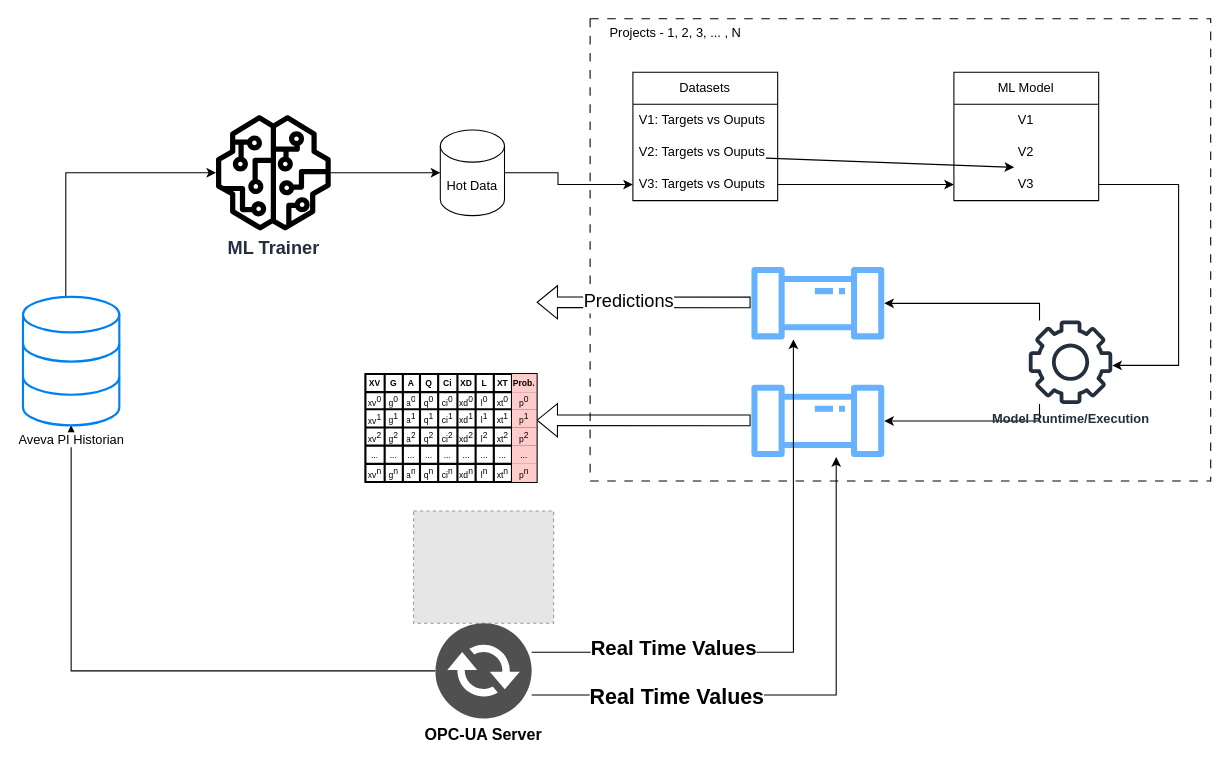
sauerBT/PersonalRepo keeps this draw.io diagram as page "Data Capture/Datasets_02" (3 of 4) of Untitled Diagram.drawio. Above is the earlier version. Source tidied: cells renumbered, new cells numbered last; positions are measured from the earlier drawing's top-left corner, leaving out a move shared by most shapes. Both pictures are drawn from the tidied source at 107%, with x=0, y=0 at pixel (22, 18). Pictures stored in the file or linked from it are replaced by grey dashed boxes.
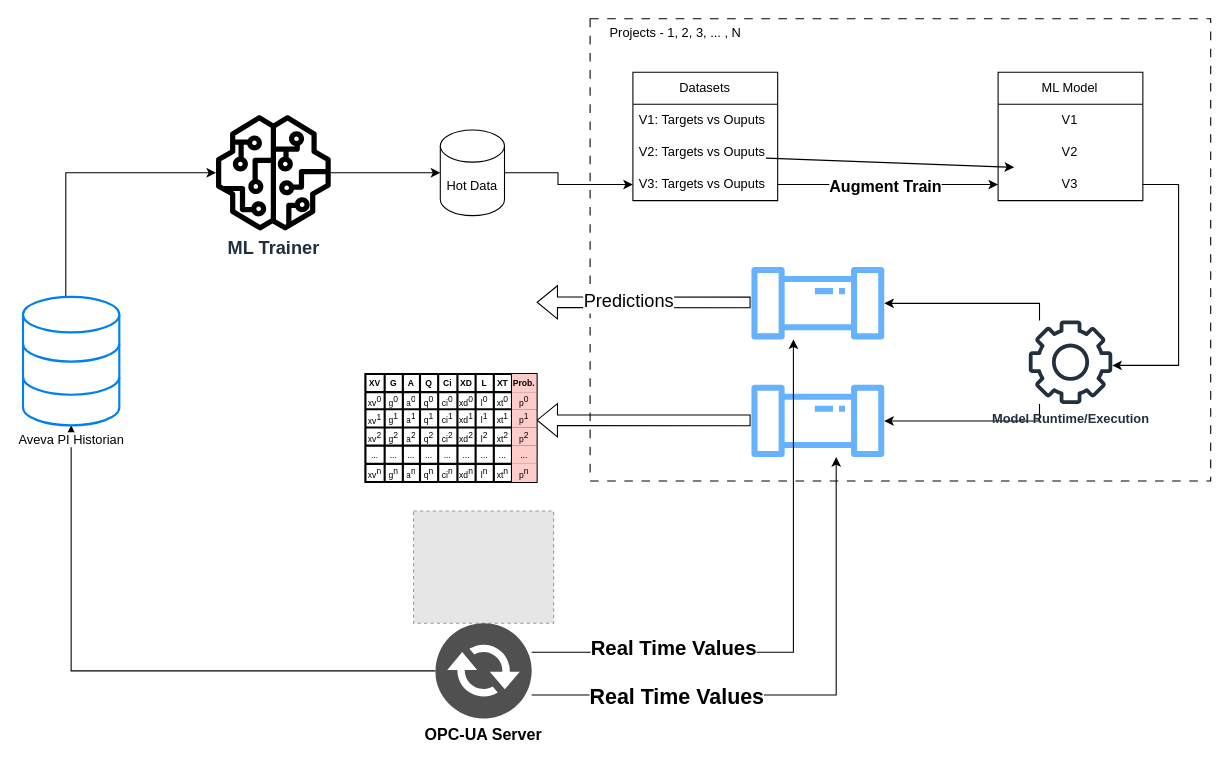
Above is the later version.

Unchanged cells that the change refers to:
```xml
<mxCell id="13" value="&amp;nbsp; &amp;nbsp; &amp;nbsp;Projects - 1, 2, 3, ... , N&lt;div&gt;&lt;br&gt;&lt;/div&gt;" style="rounded=0;whiteSpace=wrap;html=1;dashed=1;dashPattern=8 8;align=left;verticalAlign=top;fillColor=none;" parent="1" vertex="1">
  <mxGeometry x="530" width="580" height="432" as="geometry" />
</mxCell>
<mxCell id="32" style="edgeStyle=none;rounded=0;jettySize=auto;html=1;entryX=0;entryY=0.5;entryDx=0;entryDy=0;flowAnimation=1;exitX=1;exitY=0.5;exitDx=0;exitDy=0;" parent="13" edge="1" source="27" target="31">
  <mxGeometry relative="1" as="geometry" />
</mxCell>
```

Diff of the diagram source:
```diff
@@
     <mxCell id="28" value="ML Model" style="swimlane;fontStyle=0;horizontal=1;startSize=30;whiteSpace=wrap;html=1;" parent="13" vertex="1">
-      <mxGeometry x="340" y="50" width="135.3" height="120" as="geometry" />
+      <mxGeometry x="381.3" y="50" width="135.3" height="120" as="geometry" />
     </mxCell>
@@
+    <mxCell id="96" value="Augment Train" style="edgeLabel;html=1;align=center;verticalAlign=middle;fontStyle=1;fontSize=15;" parent="32" vertex="1">
+      <mxGeometry x="0.09" y="-2" relative="1" as="geometry">
+        <mxPoint x="-12" y="-2" as="offset" />
+      </mxGeometry>
+    </mxCell>
```
